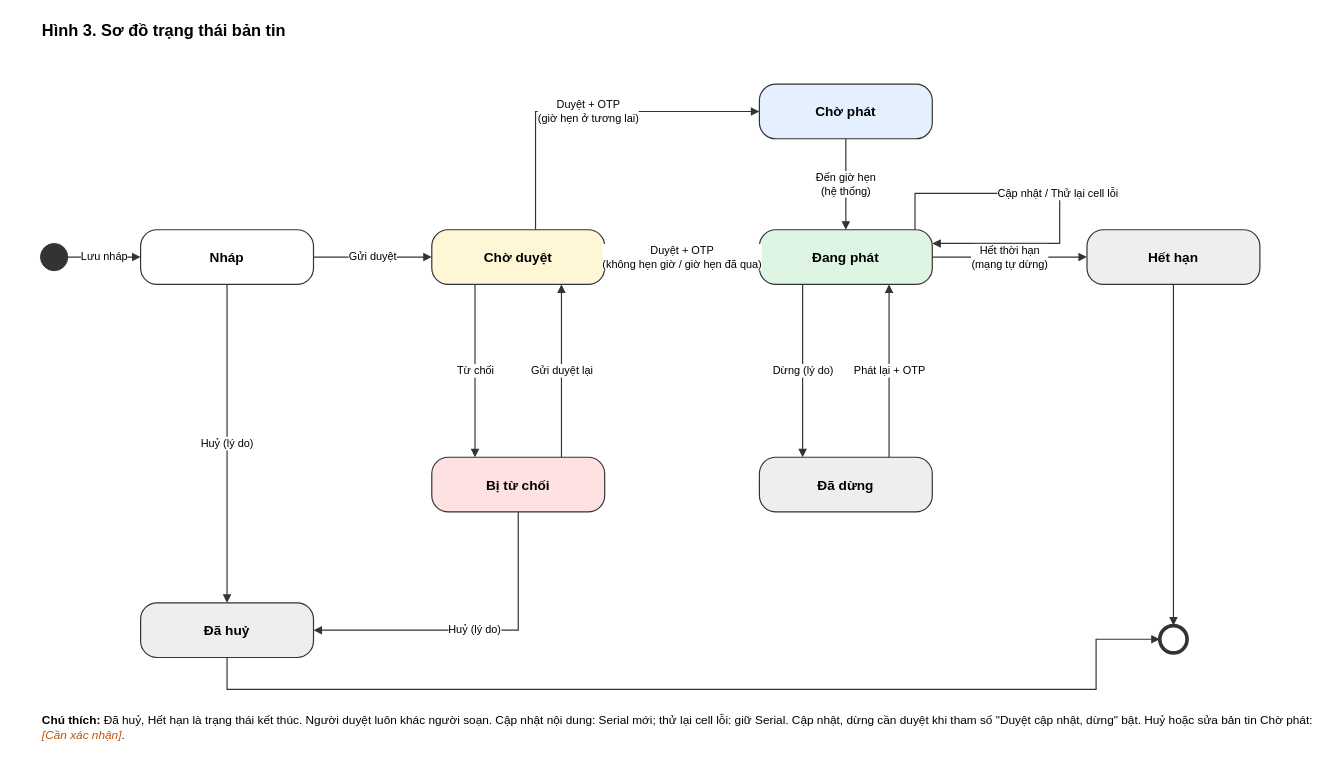
Earlier version of the draw.io diagram page "SRS-H3 Trạng thái bản tin" (3 of 3) of srs/CBC_SRS_so-do.drawio (yenanna0804/cbc-demo). Source tidied: cells renumbered, new cells numbered last; positions are measured from the earlier drawing's top-left corner, leaving out a move shared by most shapes. Both pictures are drawn from the tidied source at 91%, with x=0, y=0 at pixel (40, 15).
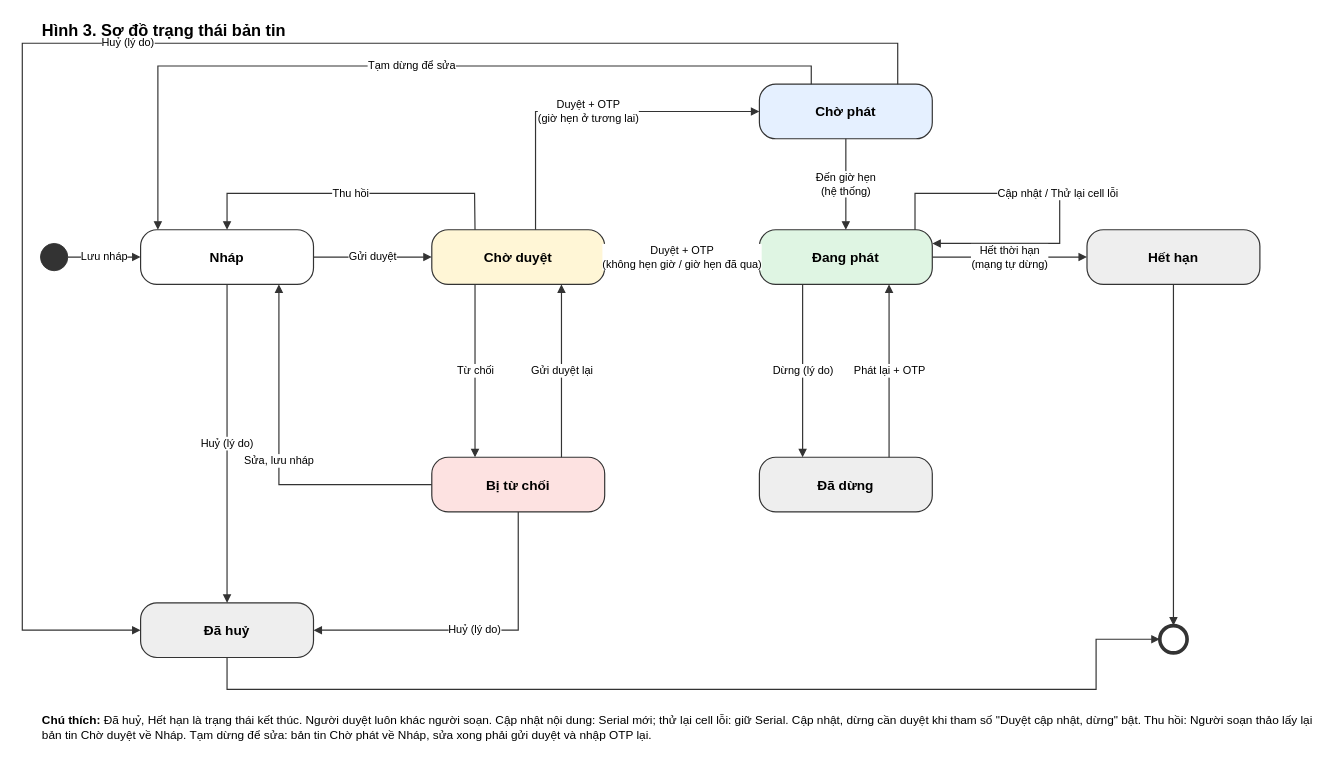
After the change.

Commit message:
SRS H3: thêm Thu hồi, Tạm dừng để sửa, Huỷ bản tin Chờ phát, Sửa và lưu nháp

Claude-Session: https://claude.ai/code/session_01FeLNp4ic6ftFr5ftakdFjx

Unchanged cells that the change refers to:
```xml
<mxCell id="4" value="&lt;b&gt;Nháp&lt;/b&gt;" style="rounded=1;arcSize=8;whiteSpace=wrap;html=1;fontFamily=Arial;fontSize=15;fillColor=#FFFFFF;strokeColor=#333333;strokeWidth=1.3;align=center;verticalAlign=middle;spacing=8;arcSize=30;" parent="1" vertex="1">
  <mxGeometry x="110" y="235" width="190" height="60" as="geometry" />
</mxCell>
<mxCell id="5" value="&lt;b&gt;Chờ duyệt&lt;/b&gt;" style="rounded=1;arcSize=8;whiteSpace=wrap;html=1;fontFamily=Arial;fontSize=15;fillColor=#FFF6D6;strokeColor=#333333;strokeWidth=1.3;align=center;verticalAlign=middle;spacing=8;arcSize=30;" parent="1" vertex="1">
  <mxGeometry x="430" y="235" width="190" height="60" as="geometry" />
</mxCell>
<mxCell id="6" value="&lt;b&gt;Bị từ chối&lt;/b&gt;" style="rounded=1;arcSize=8;whiteSpace=wrap;html=1;fontFamily=Arial;fontSize=15;fillColor=#FDE2E1;strokeColor=#333333;strokeWidth=1.3;align=center;verticalAlign=middle;spacing=8;arcSize=30;" parent="1" vertex="1">
  <mxGeometry x="430" y="485" width="190" height="60" as="geometry" />
</mxCell>
<mxCell id="7" value="&lt;b&gt;Đã huỷ&lt;/b&gt;" style="rounded=1;arcSize=8;whiteSpace=wrap;html=1;fontFamily=Arial;fontSize=15;fillColor=#EEEEEE;strokeColor=#333333;strokeWidth=1.3;align=center;verticalAlign=middle;spacing=8;arcSize=30;" parent="1" vertex="1">
  <mxGeometry x="110" y="645" width="190" height="60" as="geometry" />
</mxCell>
<mxCell id="8" value="&lt;b&gt;Chờ phát&lt;/b&gt;" style="rounded=1;arcSize=8;whiteSpace=wrap;html=1;fontFamily=Arial;fontSize=15;fillColor=#E5F0FF;strokeColor=#333333;strokeWidth=1.3;align=center;verticalAlign=middle;spacing=8;arcSize=30;" parent="1" vertex="1">
  <mxGeometry x="790" y="75" width="190" height="60" as="geometry" />
</mxCell>
```

Diff of the diagram source:
```diff
@@
+    <mxCell id="29" value="Thu hồi" style="html=1;fontFamily=Arial;fontSize=12;endArrow=block;startArrow=none;endFill=1;strokeColor=#333333;strokeWidth=1.3;labelBackgroundColor=#FFFFFF;rounded=0;exitX=0.25;exitY=0;exitDx=0;exitDy=0;entryX=0.5;entryY=0;entryDx=0;entryDy=0;" parent="1" edge="1" source="5" target="4">
+      <mxGeometry relative="1" as="geometry">
+        <Array as="points">
+          <mxPoint x="477" y="195" />
+          <mxPoint x="205" y="195" />
+        </Array>
+      </mxGeometry>
+    </mxCell>
+    <mxCell id="30" value="Sửa, lưu nháp" style="html=1;fontFamily=Arial;fontSize=12;endArrow=block;startArrow=none;endFill=1;strokeColor=#333333;strokeWidth=1.3;labelBackgroundColor=#FFFFFF;rounded=0;exitX=0;exitY=0.5;exitDx=0;exitDy=0;entryX=0.8;entryY=1;entryDx=0;entryDy=0;" parent="1" edge="1" source="6" target="4">
+      <mxGeometry relative="1" as="geometry">
+        <Array as="points">
+          <mxPoint x="262" y="515" />
+        </Array>
+      </mxGeometry>
+    </mxCell>
+    <mxCell id="31" value="Tạm dừng để sửa" style="html=1;fontFamily=Arial;fontSize=12;endArrow=block;startArrow=none;endFill=1;strokeColor=#333333;strokeWidth=1.3;labelBackgroundColor=#FFFFFF;rounded=0;exitX=0.3;exitY=0;exitDx=0;exitDy=0;entryX=0.1;entryY=0;entryDx=0;entryDy=0;" parent="1" edge="1" source="8" target="4">
+      <mxGeometry relative="1" as="geometry">
+        <Array as="points">
+          <mxPoint x="847" y="55" />
+          <mxPoint x="129" y="55" />
+        </Array>
+      </mxGeometry>
+    </mxCell>
+    <mxCell id="32" value="Huỷ (lý do)" style="html=1;fontFamily=Arial;fontSize=12;endArrow=block;startArrow=none;endFill=1;strokeColor=#333333;strokeWidth=1.3;labelBackgroundColor=#FFFFFF;rounded=0;exitX=0.8;exitY=0;exitDx=0;exitDy=0;entryX=0;entryY=0.5;entryDx=0;entryDy=0;" parent="1" edge="1" source="8" target="7">
+      <mxGeometry relative="1" as="geometry">
+        <Array as="points">
+          <mxPoint x="942" y="30" />
+          <mxPoint x="-20" y="30" />
+          <mxPoint x="-20" y="675" />
+        </Array>
+      </mxGeometry>
+    </mxCell>
-    <mxCell id="28" value="&lt;b&gt;Chú thích:&lt;/b&gt; Đã huỷ, Hết hạn là trạng thái kết thúc. Người duyệt luôn khác người soạn. Cập nhật nội dung: Serial mới; thử lại cell lỗi: giữ Serial. Cập nhật, dừng cần duyệt khi tham số &quot;Duyệt cập nhật, dừng&quot; bật. Huỷ hoặc sửa bản tin Chờ phát: &lt;i style=&quot;color:#C05000&quot;&gt;[Cần xác nhận]&lt;/i&gt;." style="text;html=1;fontFamily=Arial;fontSize=13;align=left;verticalAlign=top;whiteSpace=wrap;" parent="1" vertex="1">
+    <mxCell id="28" value="&lt;b&gt;Chú thích:&lt;/b&gt; Đã huỷ, Hết hạn là trạng thái kết thúc. Người duyệt luôn khác người soạn. Cập nhật nội dung: Serial mới; thử lại cell lỗi: giữ Serial. Cập nhật, dừng cần duyệt khi tham số &quot;Duyệt cập nhật, dừng&quot; bật. Thu hồi: Người soạn thảo lấy lại bản tin Chờ duyệt về Nháp. Tạm dừng để sửa: bản tin Chờ phát về Nháp, sửa xong phải gửi duyệt và nhập OTP lại." style="text;html=1;fontFamily=Arial;fontSize=13;align=left;verticalAlign=top;whiteSpace=wrap;" parent="1" vertex="1">
       <mxGeometry y="760" width="1400" height="30" as="geometry" />
     </mxCell>
```
